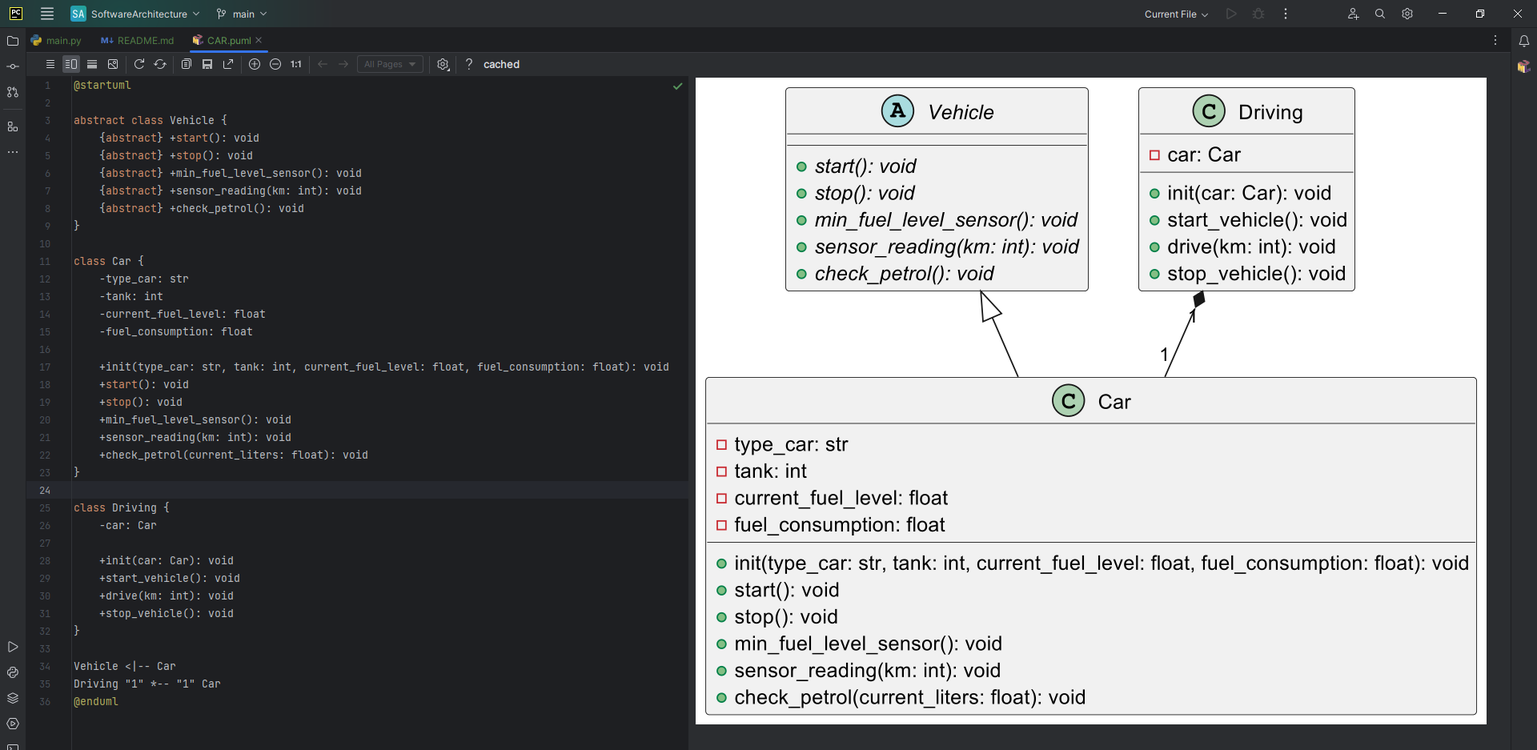
EnvyG29/SoftwareArchitecture keeps this PlantUML diagram as dz4_contracts/Car.png. Above is the earlier version. Its source is kept beside it as dz4_contracts/files/CAR.puml. Its diagram source:
```plantuml
@startuml

abstract class Vehicle {
    {abstract} +start(): void
    {abstract} +stop(): void
    {abstract} +min_fuel_level_sensor(): void
    {abstract} +sensor_reading(km: int): void
    {abstract} +check_petrol(): void
}

class Car {
    -type_car: str
    -tank: int
    -current_fuel_level: float
    -fuel_consumption: float

    +init(type_car: str, tank: int, current_fuel_level: float, fuel_consumption: float): void
    +start(): void
    +stop(): void
    +min_fuel_level_sensor(): void
    +sensor_reading(km: int): void
    +check_petrol(current_liters: float): void
}

class Driving {
    -car: Car

    +init(car: Car): void
    +start_vehicle(): void
    +drive(km: int): void
    +stop_vehicle(): void
}

Vehicle <|-- Car
Driving "1" *-- "1" Car
@enduml
```
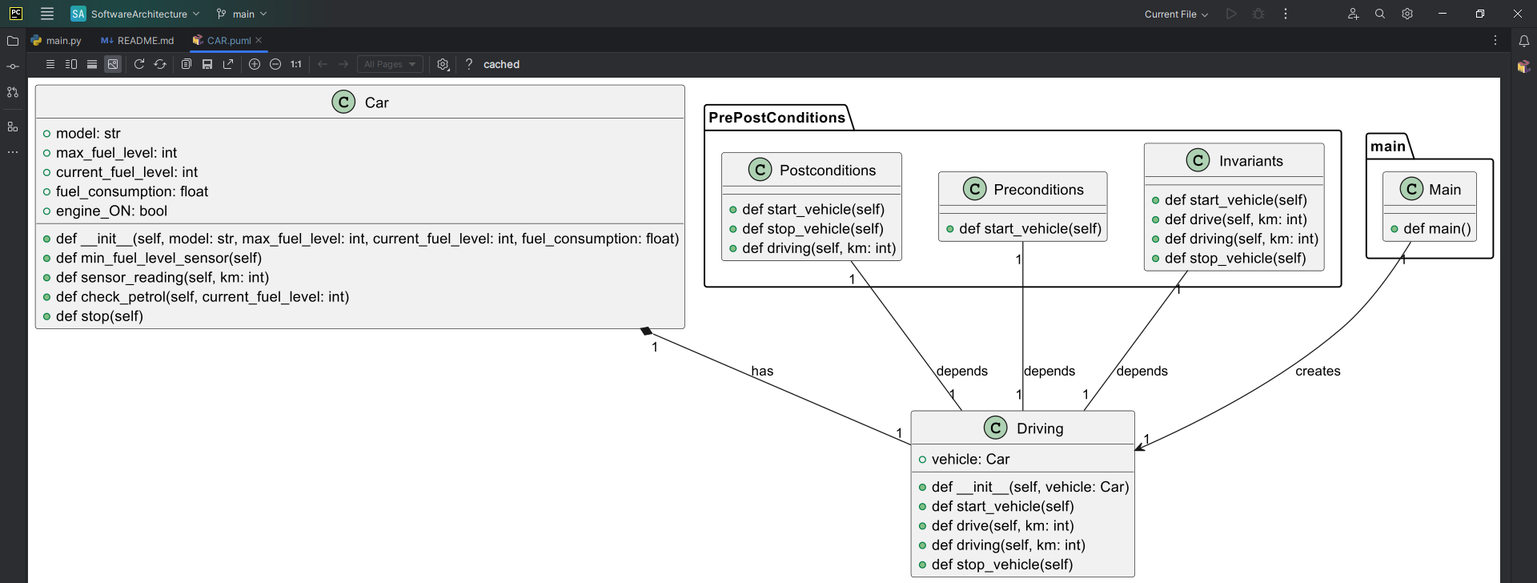
Above is the later version.

Change to the diagram source:
```diff
@@ -1,36 +1,59 @@
 @startuml
 
-abstract class Vehicle {
-    {abstract} +start(): void
-    {abstract} +stop(): void
-    {abstract} +min_fuel_level_sensor(): void
-    {abstract} +sensor_reading(km: int): void
-    {abstract} +check_petrol(): void
-}
-
 class Car {
-    -type_car: str
-    -tank: int
-    -current_fuel_level: float
-    -fuel_consumption: float
-
-    +init(type_car: str, tank: int, current_fuel_level: float, fuel_consumption: float): void
-    +start(): void
-    +stop(): void
-    +min_fuel_level_sensor(): void
-    +sensor_reading(km: int): void
-    +check_petrol(current_liters: float): void
+    + model: str
+    + max_fuel_level: int
+    + current_fuel_level: int
+    + fuel_consumption: float
+    + engine_ON: bool
+    + def __init__(self, model: str, max_fuel_level: int, current_fuel_level: int, fuel_consumption: float)
+    + def min_fuel_level_sensor(self)
+    + def sensor_reading(self, km: int)
+    + def check_petrol(self, current_fuel_level: int)
+    + def stop(self)
 }
 
 class Driving {
-    -car: Car
-
-    +init(car: Car): void
-    +start_vehicle(): void
-    +drive(km: int): void
-    +stop_vehicle(): void
+    + vehicle: Car
+    + def __init__(self, vehicle: Car)
+    + def start_vehicle(self)
+    + def drive(self, km: int)
+    + def driving(self, km: int)
+    + def stop_vehicle(self)
 }
 
-Vehicle <|-- Car
-Driving "1" *-- "1" Car
+Car "1" *-- "1" Driving : has
+
+namespace main {
+    class Main {
+        + def main()
+    }
+}
+
+Main "1" --> "1" Driving : creates
+
+namespace PrePostConditions {
+
+    class Preconditions {
+        + def start_vehicle(self)
+    }
+
+    class Postconditions {
+        + def start_vehicle(self)
+        + def stop_vehicle(self)
+        + def driving(self, km: int)
+    }
+
+    class Invariants {
+        + def start_vehicle(self)
+        + def drive(self, km: int)
+        + def driving(self, km: int)
+        + def stop_vehicle(self)
+    }
+
+    Preconditions "1" -- "1" Driving : depends
+    Driving "1" -- "1" Postconditions : depends
+    Invariants "1" -- "1" Driving : depends
+}
+
 @enduml
```
